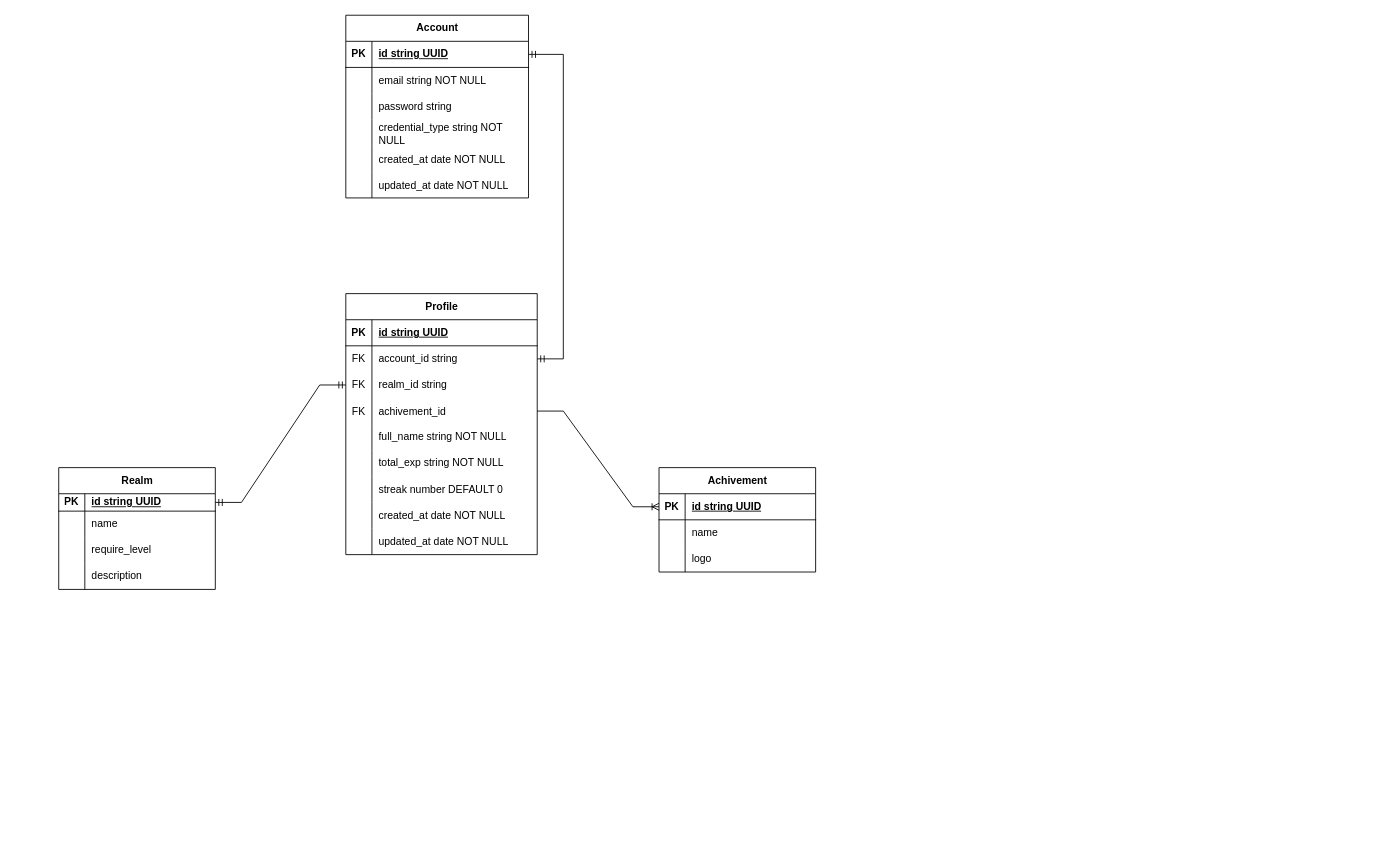
Before: DatabaseDesign.drawio in trminhphu79/code-cultivation-be, a draw.io diagram. Source tidied: cells renumbered, new cells numbered last; positions are measured from the earlier drawing's top-left corner, leaving out a move shared by most shapes. Both pictures are drawn from the tidied source at 87%, with x=0, y=0 at pixel (58, 15).
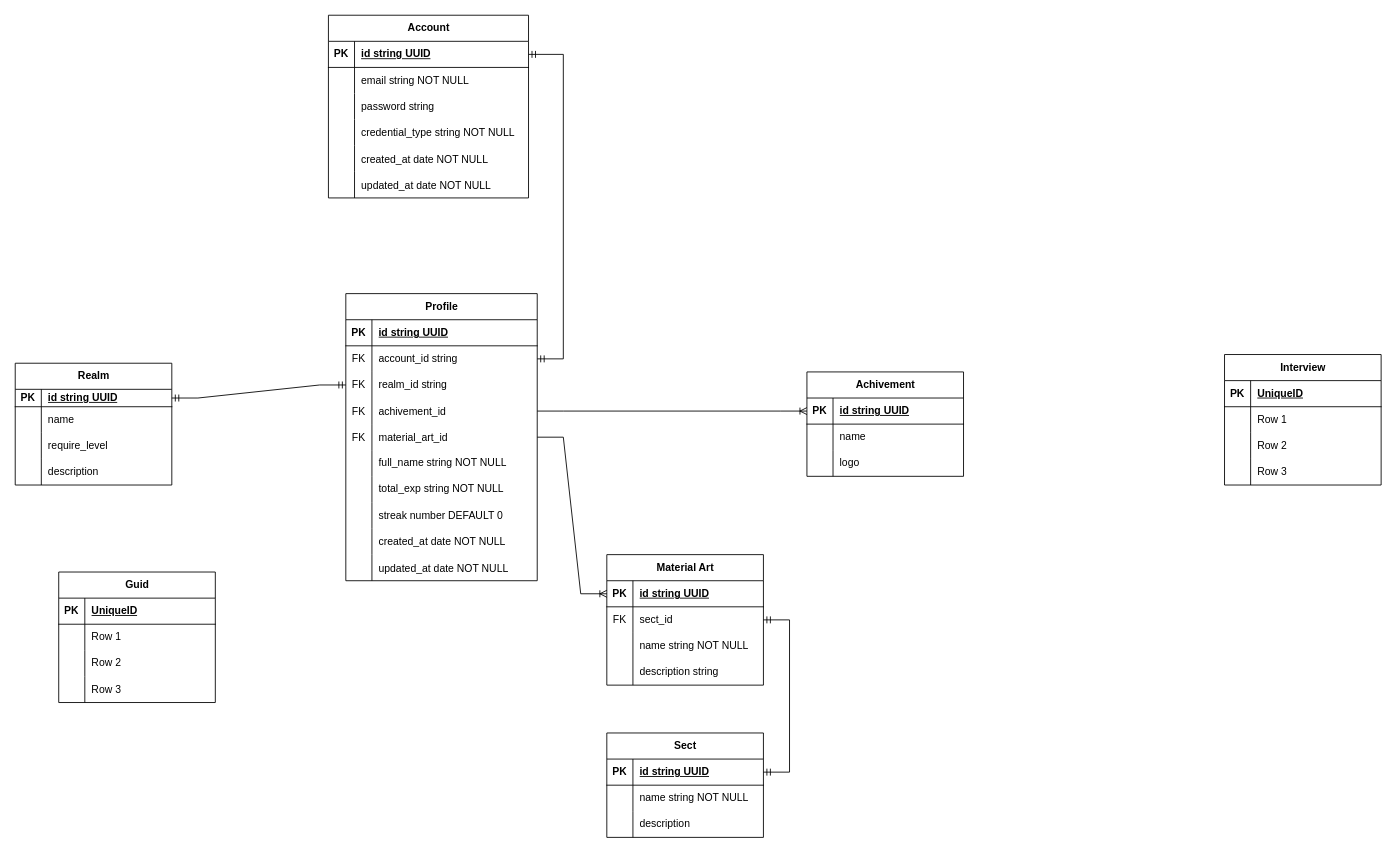
The same diagram, later.

What changed in the source:
```diff
@@
     <mxCell id="2" value="Account" style="shape=table;startSize=30;childLayout=tableLayout;rowLines=0;fontStyle=1;align=center;html=1;" parent="1" vertex="1">
-      <mxGeometry x="330" width="210" height="210" as="geometry" />
+      <mxGeometry x="310" width="230" height="210" as="geometry" />
     </mxCell>
     <mxCell id="3" style="shape=tableRow;horizontal=0;startSize=0;swimlaneHead=0;swimlaneBody=0;fillColor=none;points=[[0,0.5],[1,0.5]];portConstraint=eastwest;top=0;left=0;right=0;bottom=1;" parent="2" vertex="1">
-      <mxGeometry y="30" width="210" height="30" as="geometry" />
+      <mxGeometry y="30" width="230" height="30" as="geometry" />
     </mxCell>
@@
     <mxCell id="5" value="id string UUID" style="shape=partialRectangle;fillColor=none;top=0;left=0;bottom=0;right=0;align=left;spacingLeft=6;fontStyle=5;overflow=hidden;whiteSpace=wrap;html=1;" parent="3" vertex="1">
-      <mxGeometry x="30" width="180" height="30" as="geometry" />
+      <mxGeometry x="30" width="200" height="30" as="geometry" />
     </mxCell>
     <mxCell id="6" style="shape=tableRow;horizontal=0;startSize=0;swimlaneHead=0;swimlaneBody=0;fillColor=none;top=0;left=0;right=0;bottom=0;" parent="2" vertex="1">
-      <mxGeometry y="60" width="210" height="30" as="geometry" />
+      <mxGeometry y="60" width="230" height="30" as="geometry" />
     </mxCell>
@@
     <mxCell id="8" value="email string NOT NULL" style="shape=partialRectangle;fillColor=none;top=0;left=0;bottom=0;right=0;align=left;spacingLeft=6;overflow=hidden;whiteSpace=wrap;html=1;" parent="6" vertex="1">
-      <mxGeometry x="30" width="180" height="30" as="geometry" />
+      <mxGeometry x="30" width="200" height="30" as="geometry" />
     </mxCell>
     <mxCell id="9" style="shape=tableRow;horizontal=0;startSize=0;swimlaneHead=0;swimlaneBody=0;fillColor=none;top=0;left=0;right=0;bottom=0;" parent="2" vertex="1">
-      <mxGeometry y="90" width="210" height="30" as="geometry" />
+      <mxGeometry y="90" width="230" height="30" as="geometry" />
     </mxCell>
@@
     <mxCell id="11" value="password string" style="shape=partialRectangle;fillColor=none;top=0;left=0;bottom=0;right=0;align=left;spacingLeft=6;overflow=hidden;whiteSpace=wrap;html=1;" parent="9" vertex="1">
-      <mxGeometry x="30" width="180" height="30" as="geometry" />
+      <mxGeometry x="30" width="200" height="30" as="geometry" />
     </mxCell>
     <mxCell id="12" style="shape=tableRow;horizontal=0;startSize=0;swimlaneHead=0;swimlaneBody=0;fillColor=none;top=0;left=0;right=0;bottom=0;" parent="2" vertex="1">
-      <mxGeometry y="120" width="210" height="30" as="geometry" />
+      <mxGeometry y="120" width="230" height="30" as="geometry" />
     </mxCell>
@@
     <mxCell id="14" value="credential_type string NOT NULL" style="shape=partialRectangle;fillColor=none;top=0;left=0;bottom=0;right=0;align=left;spacingLeft=6;overflow=hidden;whiteSpace=wrap;html=1;" parent="12" vertex="1">
-      <mxGeometry x="30" width="180" height="30" as="geometry" />
+      <mxGeometry x="30" width="200" height="30" as="geometry" />
     </mxCell>
     <mxCell id="15" style="shape=tableRow;horizontal=0;startSize=0;swimlaneHead=0;swimlaneBody=0;fillColor=none;top=0;left=0;right=0;bottom=0;" parent="2" vertex="1">
-      <mxGeometry y="150" width="210" height="30" as="geometry" />
+      <mxGeometry y="150" width="230" height="30" as="geometry" />
     </mxCell>
@@
     <mxCell id="17" value="created_at date NOT NULL" style="shape=partialRectangle;fillColor=none;top=0;left=0;bottom=0;right=0;align=left;spacingLeft=6;overflow=hidden;" parent="15" vertex="1">
-      <mxGeometry x="30" width="180" height="30" as="geometry" />
+      <mxGeometry x="30" width="200" height="30" as="geometry" />
     </mxCell>
     <mxCell id="18" style="shape=tableRow;horizontal=0;startSize=0;swimlaneHead=0;swimlaneBody=0;fillColor=none;top=0;left=0;right=0;bottom=0;" parent="2" vertex="1">
-      <mxGeometry y="180" width="210" height="30" as="geometry" />
+      <mxGeometry y="180" width="230" height="30" as="geometry" />
     </mxCell>
@@
     <mxCell id="20" value="updated_at date NOT NULL" style="shape=partialRectangle;fillColor=none;top=0;left=0;bottom=0;right=0;align=left;spacingLeft=6;overflow=hidden;" parent="18" vertex="1">
-      <mxGeometry x="30" width="180" height="30" as="geometry" />
+      <mxGeometry x="30" width="200" height="30" as="geometry" />
     </mxCell>
     <mxCell id="21" value="Profile" style="shape=table;startSize=30;childLayout=tableLayout;rowLines=0;fontStyle=1;align=center;html=1;" parent="1" vertex="1">
-      <mxGeometry x="330" y="320" width="220" height="300" as="geometry" />
+      <mxGeometry x="330" y="320" width="220" height="330" as="geometry" />
     </mxCell>
@@
+    <mxCell id="75" style="shape=tableRow;horizontal=0;startSize=0;swimlaneHead=0;swimlaneBody=0;fillColor=none;points=[[0,0.5],[1,0.5]];portConstraint=eastwest;top=0;left=0;right=0;bottom=0;" parent="21" vertex="1">
+      <mxGeometry y="150" width="220" height="30" as="geometry" />
+    </mxCell>
+    <mxCell id="76" value="FK" style="shape=partialRectangle;fillColor=none;top=0;left=0;bottom=0;right=0;overflow=hidden;" parent="75" vertex="1">
+      <mxGeometry width="30" height="30" as="geometry" />
+    </mxCell>
+    <mxCell id="77" value="material_art_id" style="shape=partialRectangle;fillColor=none;top=0;left=0;bottom=0;right=0;align=left;spacingLeft=6;overflow=hidden;" parent="75" vertex="1">
+      <mxGeometry x="30" width="190" height="30" as="geometry" />
+    </mxCell>
     <mxCell id="34" style="shape=tableRow;horizontal=0;startSize=0;swimlaneHead=0;swimlaneBody=0;fillColor=none;top=0;left=0;right=0;bottom=0;" parent="21" vertex="1">
-      <mxGeometry y="150" width="220" height="30" as="geometry" />
+      <mxGeometry y="180" width="220" height="30" as="geometry" />
     </mxCell>
@@
     <mxCell id="37" style="shape=tableRow;horizontal=0;startSize=0;swimlaneHead=0;swimlaneBody=0;fillColor=none;top=0;left=0;right=0;bottom=0;" parent="21" vertex="1">
-      <mxGeometry y="180" width="220" height="30" as="geometry" />
+      <mxGeometry y="210" width="220" height="30" as="geometry" />
     </mxCell>
@@
     <mxCell id="40" style="shape=tableRow;horizontal=0;startSize=0;swimlaneHead=0;swimlaneBody=0;fillColor=none;top=0;left=0;right=0;bottom=0;" parent="21" vertex="1">
-      <mxGeometry y="210" width="220" height="30" as="geometry" />
+      <mxGeometry y="240" width="220" height="30" as="geometry" />
     </mxCell>
@@
     <mxCell id="43" style="shape=tableRow;horizontal=0;startSize=0;swimlaneHead=0;swimlaneBody=0;fillColor=none;top=0;left=0;right=0;bottom=0;" parent="21" vertex="1">
-      <mxGeometry y="240" width="220" height="30" as="geometry" />
+      <mxGeometry y="270" width="220" height="30" as="geometry" />
     </mxCell>
@@
     <mxCell id="46" style="shape=tableRow;horizontal=0;startSize=0;swimlaneHead=0;swimlaneBody=0;fillColor=none;top=0;left=0;right=0;bottom=0;" parent="21" vertex="1">
-      <mxGeometry y="270" width="220" height="30" as="geometry" />
+      <mxGeometry y="300" width="220" height="30" as="geometry" />
     </mxCell>
@@
     <mxCell id="50" value="Realm" style="shape=table;startSize=30;childLayout=tableLayout;rowLines=0;fontStyle=1;align=center;html=1;" parent="1" vertex="1">
-      <mxGeometry y="520" width="180" height="140" as="geometry" />
+      <mxGeometry x="-50" y="400" width="180" height="140" as="geometry" />
     </mxCell>
@@
     <mxCell id="64" value="Achivement" style="shape=table;startSize=30;childLayout=tableLayout;rowLines=0;fontStyle=1;align=center;html=1;" parent="1" vertex="1">
-      <mxGeometry x="690" y="520" width="180" height="120" as="geometry" />
+      <mxGeometry x="860" y="410" width="180" height="120" as="geometry" />
     </mxCell>
@@
+    <mxCell id="78" value="Material Art" style="shape=table;startSize=30;childLayout=tableLayout;rowLines=0;fontStyle=1;align=center;html=1;" parent="1" vertex="1">
+      <mxGeometry x="630" y="620" width="180" height="150" as="geometry" />
+    </mxCell>
+    <mxCell id="79" style="shape=tableRow;horizontal=0;startSize=0;swimlaneHead=0;swimlaneBody=0;fillColor=none;points=[[0,0.5],[1,0.5]];portConstraint=eastwest;top=0;left=0;right=0;bottom=1;" parent="78" vertex="1">
+      <mxGeometry y="30" width="180" height="30" as="geometry" />
+    </mxCell>
+    <mxCell id="80" value="PK" style="shape=partialRectangle;fillColor=none;top=0;left=0;bottom=0;right=0;fontStyle=1;overflow=hidden;whiteSpace=wrap;html=1;" parent="79" vertex="1">
+      <mxGeometry width="30" height="30" as="geometry" />
+    </mxCell>
+    <mxCell id="81" value="id string UUID" style="shape=partialRectangle;fillColor=none;top=0;left=0;bottom=0;right=0;align=left;spacingLeft=6;fontStyle=5;overflow=hidden;whiteSpace=wrap;html=1;" parent="79" vertex="1">
+      <mxGeometry x="30" width="150" height="30" as="geometry" />
+    </mxCell>
+    <mxCell id="82" style="shape=tableRow;horizontal=0;startSize=0;swimlaneHead=0;swimlaneBody=0;fillColor=none;points=[[0,0.5],[1,0.5]];portConstraint=eastwest;top=0;left=0;right=0;bottom=0;" parent="78" vertex="1">
+      <mxGeometry y="60" width="180" height="30" as="geometry" />
+    </mxCell>
+    <mxCell id="83" value="FK" style="shape=partialRectangle;fillColor=none;top=0;left=0;bottom=0;right=0;fontStyle=0;overflow=hidden;whiteSpace=wrap;html=1;" parent="82" vertex="1">
+      <mxGeometry width="30" height="30" as="geometry" />
+    </mxCell>
+    <mxCell id="84" value="sect_id" style="shape=partialRectangle;fillColor=none;top=0;left=0;bottom=0;right=0;align=left;spacingLeft=6;fontStyle=0;overflow=hidden;whiteSpace=wrap;html=1;" parent="82" vertex="1">
+      <mxGeometry x="30" width="150" height="30" as="geometry" />
+    </mxCell>
+    <mxCell id="85" style="shape=tableRow;horizontal=0;startSize=0;swimlaneHead=0;swimlaneBody=0;fillColor=none;top=0;left=0;right=0;bottom=0;" parent="78" vertex="1">
+      <mxGeometry y="90" width="180" height="30" as="geometry" />
+    </mxCell>
+    <mxCell id="86" style="shape=partialRectangle;fillColor=none;top=0;left=0;bottom=0;right=0;overflow=hidden;whiteSpace=wrap;html=1;" parent="85" vertex="1">
+      <mxGeometry width="30" height="30" as="geometry" />
+    </mxCell>
+    <mxCell id="87" value="name string NOT NULL" style="shape=partialRectangle;fillColor=none;top=0;left=0;bottom=0;right=0;align=left;spacingLeft=6;overflow=hidden;whiteSpace=wrap;html=1;" parent="85" vertex="1">
+      <mxGeometry x="30" width="150" height="30" as="geometry" />
+    </mxCell>
+    <mxCell id="88" style="shape=tableRow;horizontal=0;startSize=0;swimlaneHead=0;swimlaneBody=0;fillColor=none;top=0;left=0;right=0;bottom=0;" parent="78" vertex="1">
+      <mxGeometry y="120" width="180" height="30" as="geometry" />
+    </mxCell>
+    <mxCell id="89" style="shape=partialRectangle;fillColor=none;top=0;left=0;bottom=0;right=0;overflow=hidden;whiteSpace=wrap;html=1;" parent="88" vertex="1">
+      <mxGeometry width="30" height="30" as="geometry" />
+    </mxCell>
+    <mxCell id="90" value="description string" style="shape=partialRectangle;fillColor=none;top=0;left=0;bottom=0;right=0;align=left;spacingLeft=6;overflow=hidden;whiteSpace=wrap;html=1;" parent="88" vertex="1">
+      <mxGeometry x="30" width="150" height="30" as="geometry" />
+    </mxCell>
+    <mxCell id="91" value="Sect" style="shape=table;startSize=30;childLayout=tableLayout;rowLines=0;fontStyle=1;align=center;html=1;" parent="1" vertex="1">
+      <mxGeometry x="630" y="825" width="180" height="120" as="geometry" />
+    </mxCell>
+    <mxCell id="92" style="shape=tableRow;horizontal=0;startSize=0;swimlaneHead=0;swimlaneBody=0;fillColor=none;points=[[0,0.5],[1,0.5]];portConstraint=eastwest;top=0;left=0;right=0;bottom=1;" parent="91" vertex="1">
+      <mxGeometry y="30" width="180" height="30" as="geometry" />
+    </mxCell>
+    <mxCell id="93" value="PK" style="shape=partialRectangle;fillColor=none;top=0;left=0;bottom=0;right=0;fontStyle=1;overflow=hidden;whiteSpace=wrap;html=1;" parent="92" vertex="1">
+      <mxGeometry width="30" height="30" as="geometry" />
+    </mxCell>
+    <mxCell id="94" value="id string UUID" style="shape=partialRectangle;fillColor=none;top=0;left=0;bottom=0;right=0;align=left;spacingLeft=6;fontStyle=5;overflow=hidden;whiteSpace=wrap;html=1;" parent="92" vertex="1">
+      <mxGeometry x="30" width="150" height="30" as="geometry" />
+    </mxCell>
+    <mxCell id="95" style="shape=tableRow;horizontal=0;startSize=0;swimlaneHead=0;swimlaneBody=0;fillColor=none;top=0;left=0;right=0;bottom=0;" parent="91" vertex="1">
+      <mxGeometry y="60" width="180" height="30" as="geometry" />
+    </mxCell>
+    <mxCell id="96" style="shape=partialRectangle;fillColor=none;top=0;left=0;bottom=0;right=0;overflow=hidden;whiteSpace=wrap;html=1;" parent="95" vertex="1">
+      <mxGeometry width="30" height="30" as="geometry" />
+    </mxCell>
+    <mxCell id="97" value="name string NOT NULL" style="shape=partialRectangle;fillColor=none;top=0;left=0;bottom=0;right=0;align=left;spacingLeft=6;overflow=hidden;whiteSpace=wrap;html=1;" parent="95" vertex="1">
+      <mxGeometry x="30" width="150" height="30" as="geometry" />
+    </mxCell>
+    <mxCell id="98" style="shape=tableRow;horizontal=0;startSize=0;swimlaneHead=0;swimlaneBody=0;fillColor=none;top=0;left=0;right=0;bottom=0;" parent="91" vertex="1">
+      <mxGeometry y="90" width="180" height="30" as="geometry" />
+    </mxCell>
+    <mxCell id="99" style="shape=partialRectangle;fillColor=none;top=0;left=0;bottom=0;right=0;overflow=hidden;whiteSpace=wrap;html=1;" parent="98" vertex="1">
+      <mxGeometry width="30" height="30" as="geometry" />
+    </mxCell>
+    <mxCell id="100" value="description" style="shape=partialRectangle;fillColor=none;top=0;left=0;bottom=0;right=0;align=left;spacingLeft=6;overflow=hidden;whiteSpace=wrap;html=1;" parent="98" vertex="1">
+      <mxGeometry x="30" width="150" height="30" as="geometry" />
+    </mxCell>
+    <mxCell id="101" style="edgeStyle=entityRelationEdgeStyle;fontSize=12;html=1;endArrow=ERmandOne;startArrow=ERmandOne;rounded=0;entryX=1;entryY=0.5;entryDx=0;entryDy=0;" parent="1" edge="1" source="82" target="92">
+      <mxGeometry relative="1" as="geometry" />
+    </mxCell>
+    <mxCell id="102" style="edgeStyle=entityRelationEdgeStyle;fontSize=12;html=1;endArrow=ERoneToMany;rounded=0;entryX=0;entryY=0.5;entryDx=0;entryDy=0;" parent="1" edge="1" source="75" target="79">
+      <mxGeometry relative="1" as="geometry" />
+    </mxCell>
+    <mxCell id="103" value="Guid" style="shape=table;startSize=30;childLayout=tableLayout;rowLines=0;fontStyle=1;align=center;html=1;" parent="1" vertex="1">
+      <mxGeometry y="640" width="180" height="150" as="geometry" />
+    </mxCell>
+    <mxCell id="104" style="shape=tableRow;horizontal=0;startSize=0;swimlaneHead=0;swimlaneBody=0;fillColor=none;top=0;left=0;right=0;bottom=1;" parent="103" vertex="1">
+      <mxGeometry y="30" width="180" height="30" as="geometry" />
+    </mxCell>
+    <mxCell id="105" value="PK" style="shape=partialRectangle;fillColor=none;top=0;left=0;bottom=0;right=0;fontStyle=1;overflow=hidden;whiteSpace=wrap;html=1;" parent="104" vertex="1">
+      <mxGeometry width="30" height="30" as="geometry" />
+    </mxCell>
+    <mxCell id="106" value="UniqueID" style="shape=partialRectangle;fillColor=none;top=0;left=0;bottom=0;right=0;align=left;spacingLeft=6;fontStyle=5;overflow=hidden;whiteSpace=wrap;html=1;" parent="104" vertex="1">
+      <mxGeometry x="30" width="150" height="30" as="geometry" />
+    </mxCell>
+    <mxCell id="107" style="shape=tableRow;horizontal=0;startSize=0;swimlaneHead=0;swimlaneBody=0;fillColor=none;top=0;left=0;right=0;bottom=0;" parent="103" vertex="1">
+      <mxGeometry y="60" width="180" height="30" as="geometry" />
+    </mxCell>
+    <mxCell id="108" style="shape=partialRectangle;fillColor=none;top=0;left=0;bottom=0;right=0;overflow=hidden;whiteSpace=wrap;html=1;" parent="107" vertex="1">
+      <mxGeometry width="30" height="30" as="geometry" />
+    </mxCell>
+    <mxCell id="109" value="Row 1" style="shape=partialRectangle;fillColor=none;top=0;left=0;bottom=0;right=0;align=left;spacingLeft=6;overflow=hidden;whiteSpace=wrap;html=1;" parent="107" vertex="1">
+      <mxGeometry x="30" width="150" height="30" as="geometry" />
+    </mxCell>
+    <mxCell id="110" style="shape=tableRow;horizontal=0;startSize=0;swimlaneHead=0;swimlaneBody=0;fillColor=none;top=0;left=0;right=0;bottom=0;" parent="103" vertex="1">
+      <mxGeometry y="90" width="180" height="30" as="geometry" />
+    </mxCell>
+    <mxCell id="111" style="shape=partialRectangle;fillColor=none;top=0;left=0;bottom=0;right=0;overflow=hidden;whiteSpace=wrap;html=1;" parent="110" vertex="1">
+      <mxGeometry width="30" height="30" as="geometry" />
+    </mxCell>
+    <mxCell id="112" value="Row 2" style="shape=partialRectangle;fillColor=none;top=0;left=0;bottom=0;right=0;align=left;spacingLeft=6;overflow=hidden;whiteSpace=wrap;html=1;" parent="110" vertex="1">
+      <mxGeometry x="30" width="150" height="30" as="geometry" />
+    </mxCell>
+    <mxCell id="113" style="shape=tableRow;horizontal=0;startSize=0;swimlaneHead=0;swimlaneBody=0;fillColor=none;top=0;left=0;right=0;bottom=0;" parent="103" vertex="1">
+      <mxGeometry y="120" width="180" height="30" as="geometry" />
+    </mxCell>
+    <mxCell id="114" style="shape=partialRectangle;fillColor=none;top=0;left=0;bottom=0;right=0;overflow=hidden;whiteSpace=wrap;html=1;" parent="113" vertex="1">
+      <mxGeometry width="30" height="30" as="geometry" />
+    </mxCell>
+    <mxCell id="115" value="Row 3" style="shape=partialRectangle;fillColor=none;top=0;left=0;bottom=0;right=0;align=left;spacingLeft=6;overflow=hidden;whiteSpace=wrap;html=1;" parent="113" vertex="1">
+      <mxGeometry x="30" width="150" height="30" as="geometry" />
+    </mxCell>
+    <mxCell id="116" value="Interview" style="shape=table;startSize=30;childLayout=tableLayout;rowLines=0;fontStyle=1;align=center;html=1;" parent="1" vertex="1">
+      <mxGeometry x="1340" y="390" width="180" height="150" as="geometry" />
+    </mxCell>
+    <mxCell id="117" style="shape=tableRow;horizontal=0;startSize=0;swimlaneHead=0;swimlaneBody=0;fillColor=none;top=0;left=0;right=0;bottom=1;" parent="116" vertex="1">
+      <mxGeometry y="30" width="180" height="30" as="geometry" />
+    </mxCell>
+    <mxCell id="118" value="PK" style="shape=partialRectangle;fillColor=none;top=0;left=0;bottom=0;right=0;fontStyle=1;overflow=hidden;whiteSpace=wrap;html=1;" parent="117" vertex="1">
+      <mxGeometry width="30" height="30" as="geometry" />
+    </mxCell>
+    <mxCell id="119" value="UniqueID" style="shape=partialRectangle;fillColor=none;top=0;left=0;bottom=0;right=0;align=left;spacingLeft=6;fontStyle=5;overflow=hidden;whiteSpace=wrap;html=1;" parent="117" vertex="1">
+      <mxGeometry x="30" width="150" height="30" as="geometry" />
+    </mxCell>
+    <mxCell id="120" style="shape=tableRow;horizontal=0;startSize=0;swimlaneHead=0;swimlaneBody=0;fillColor=none;top=0;left=0;right=0;bottom=0;" parent="116" vertex="1">
+      <mxGeometry y="60" width="180" height="30" as="geometry" />
+    </mxCell>
+    <mxCell id="121" style="shape=partialRectangle;fillColor=none;top=0;left=0;bottom=0;right=0;overflow=hidden;whiteSpace=wrap;html=1;" parent="120" vertex="1">
+      <mxGeometry width="30" height="30" as="geometry" />
+    </mxCell>
+    <mxCell id="122" value="Row 1" style="shape=partialRectangle;fillColor=none;top=0;left=0;bottom=0;right=0;align=left;spacingLeft=6;overflow=hidden;whiteSpace=wrap;html=1;" parent="120" vertex="1">
+      <mxGeometry x="30" width="150" height="30" as="geometry" />
+    </mxCell>
+    <mxCell id="123" style="shape=tableRow;horizontal=0;startSize=0;swimlaneHead=0;swimlaneBody=0;fillColor=none;top=0;left=0;right=0;bottom=0;" parent="116" vertex="1">
+      <mxGeometry y="90" width="180" height="30" as="geometry" />
+    </mxCell>
+    <mxCell id="124" style="shape=partialRectangle;fillColor=none;top=0;left=0;bottom=0;right=0;overflow=hidden;whiteSpace=wrap;html=1;" parent="123" vertex="1">
+      <mxGeometry width="30" height="30" as="geometry" />
+    </mxCell>
+    <mxCell id="125" value="Row 2" style="shape=partialRectangle;fillColor=none;top=0;left=0;bottom=0;right=0;align=left;spacingLeft=6;overflow=hidden;whiteSpace=wrap;html=1;" parent="123" vertex="1">
+      <mxGeometry x="30" width="150" height="30" as="geometry" />
+    </mxCell>
+    <mxCell id="126" style="shape=tableRow;horizontal=0;startSize=0;swimlaneHead=0;swimlaneBody=0;fillColor=none;top=0;left=0;right=0;bottom=0;" parent="116" vertex="1">
+      <mxGeometry y="120" width="180" height="30" as="geometry" />
+    </mxCell>
+    <mxCell id="127" style="shape=partialRectangle;fillColor=none;top=0;left=0;bottom=0;right=0;overflow=hidden;whiteSpace=wrap;html=1;" parent="126" vertex="1">
+      <mxGeometry width="30" height="30" as="geometry" />
+    </mxCell>
+    <mxCell id="128" value="Row 3" style="shape=partialRectangle;fillColor=none;top=0;left=0;bottom=0;right=0;align=left;spacingLeft=6;overflow=hidden;whiteSpace=wrap;html=1;" parent="126" vertex="1">
+      <mxGeometry x="30" width="150" height="30" as="geometry" />
+    </mxCell>
```
